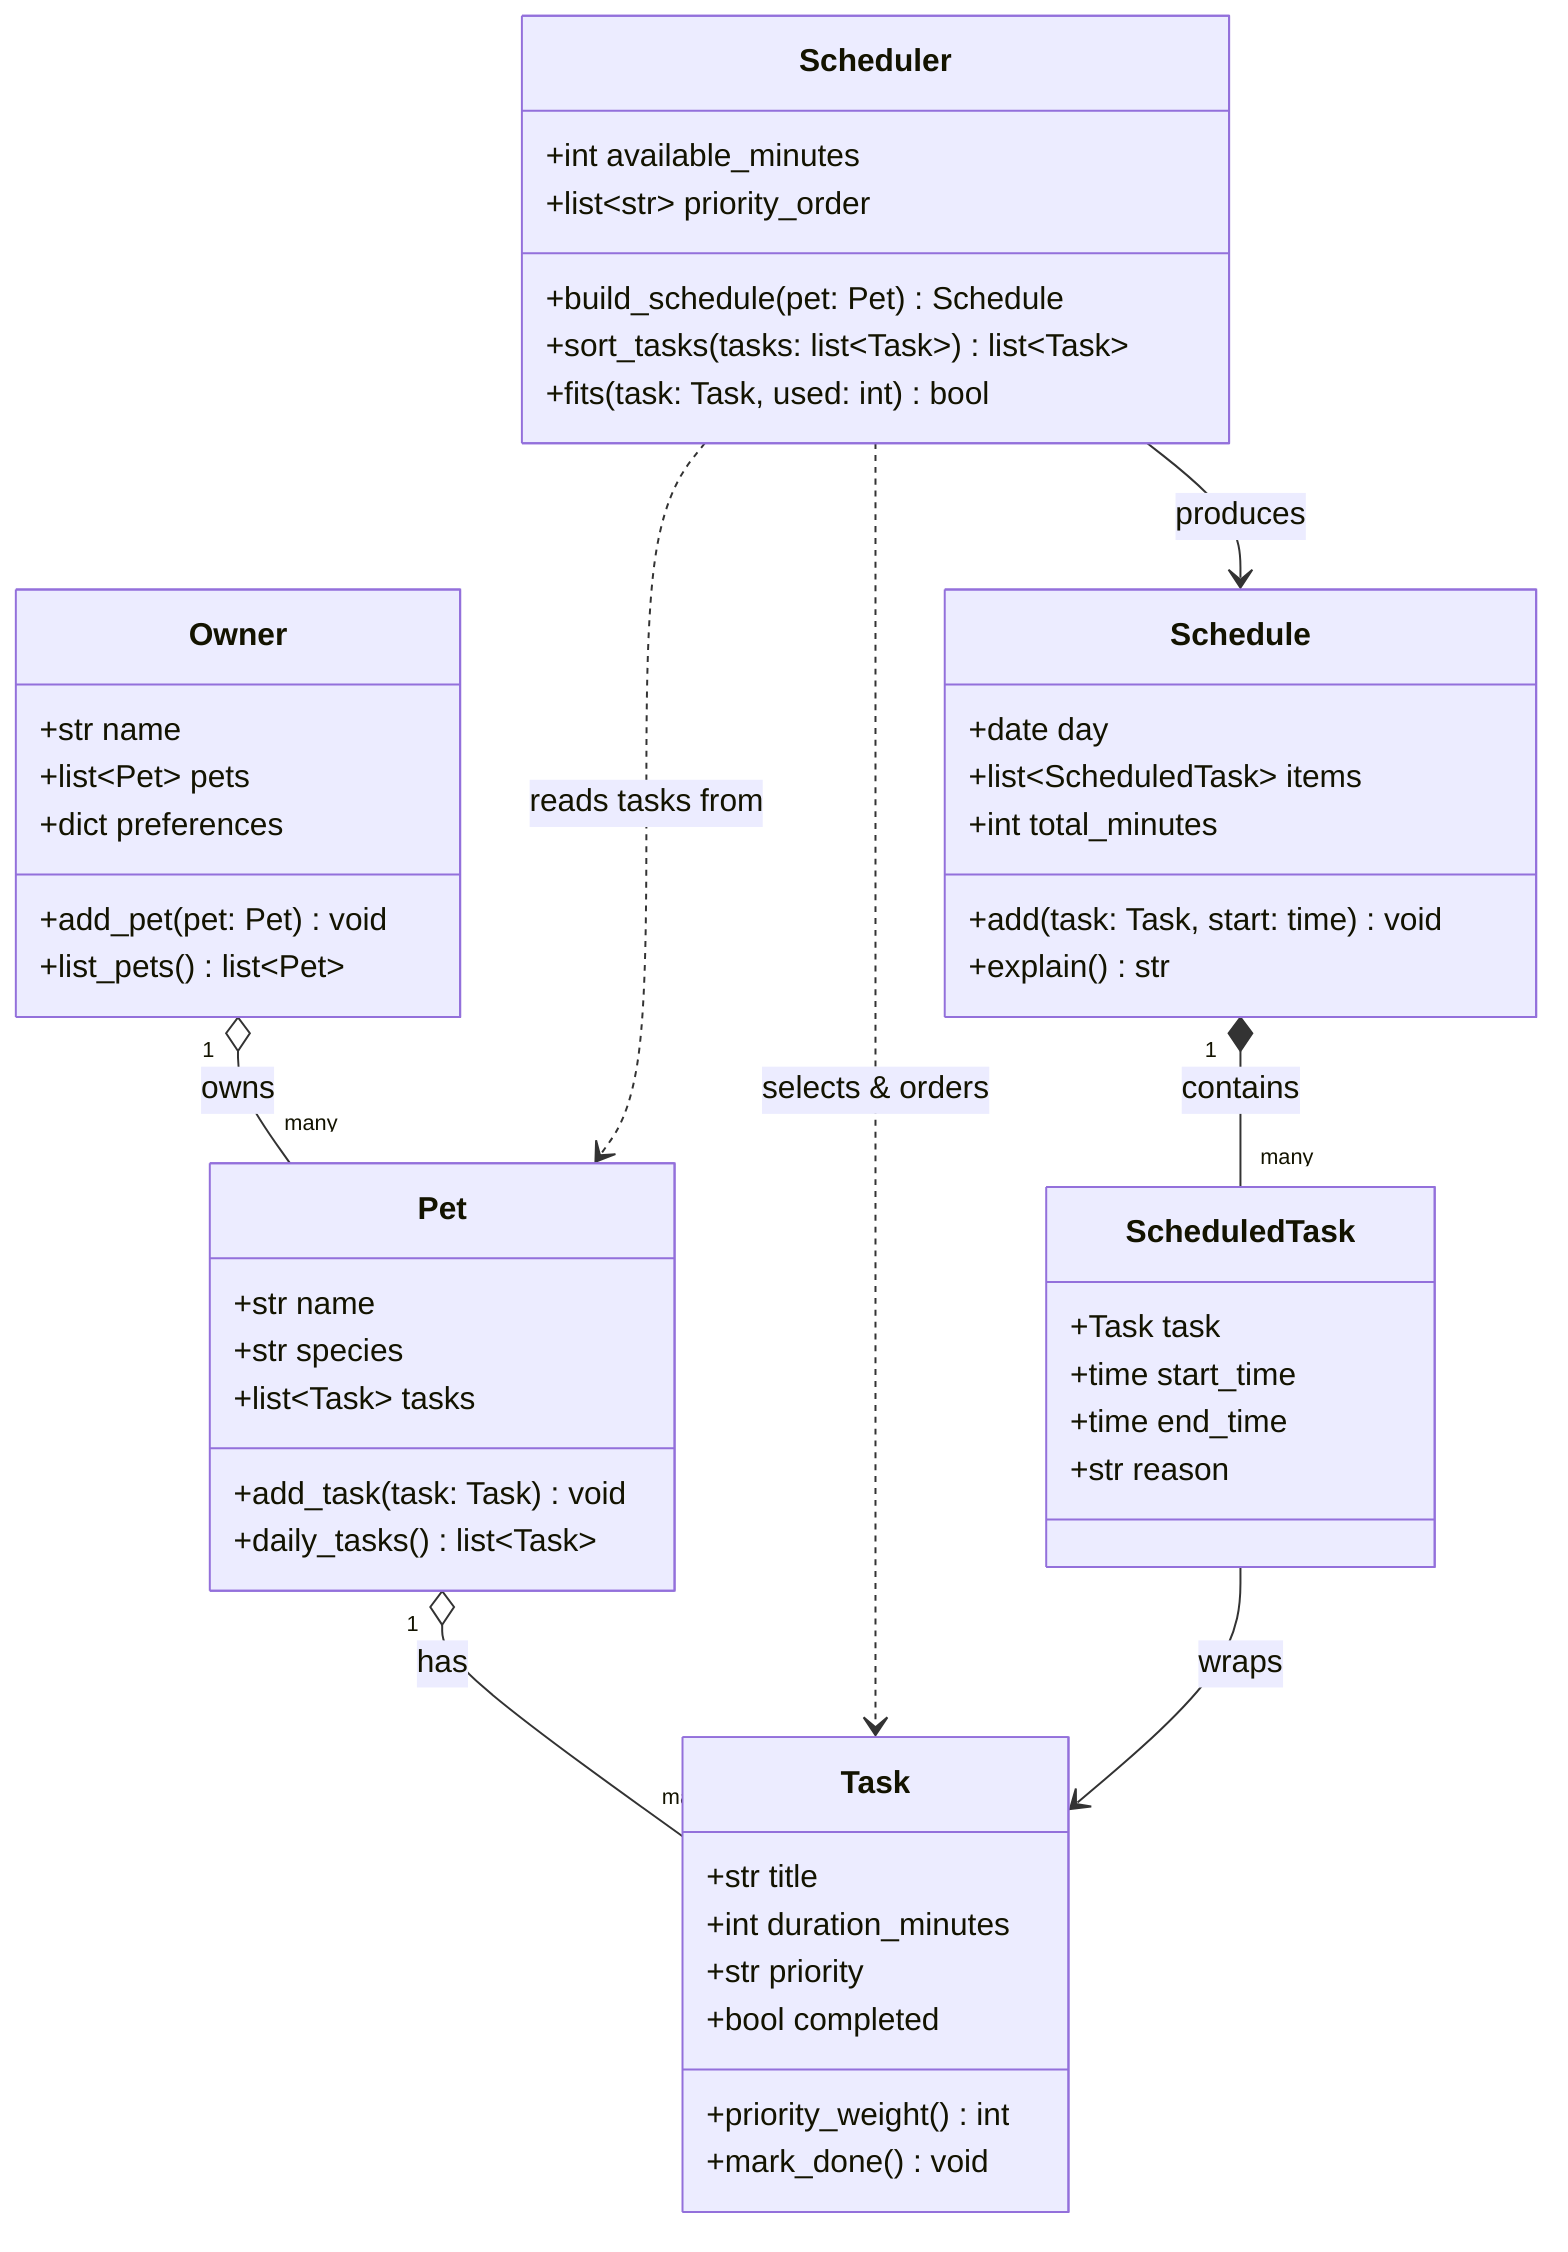
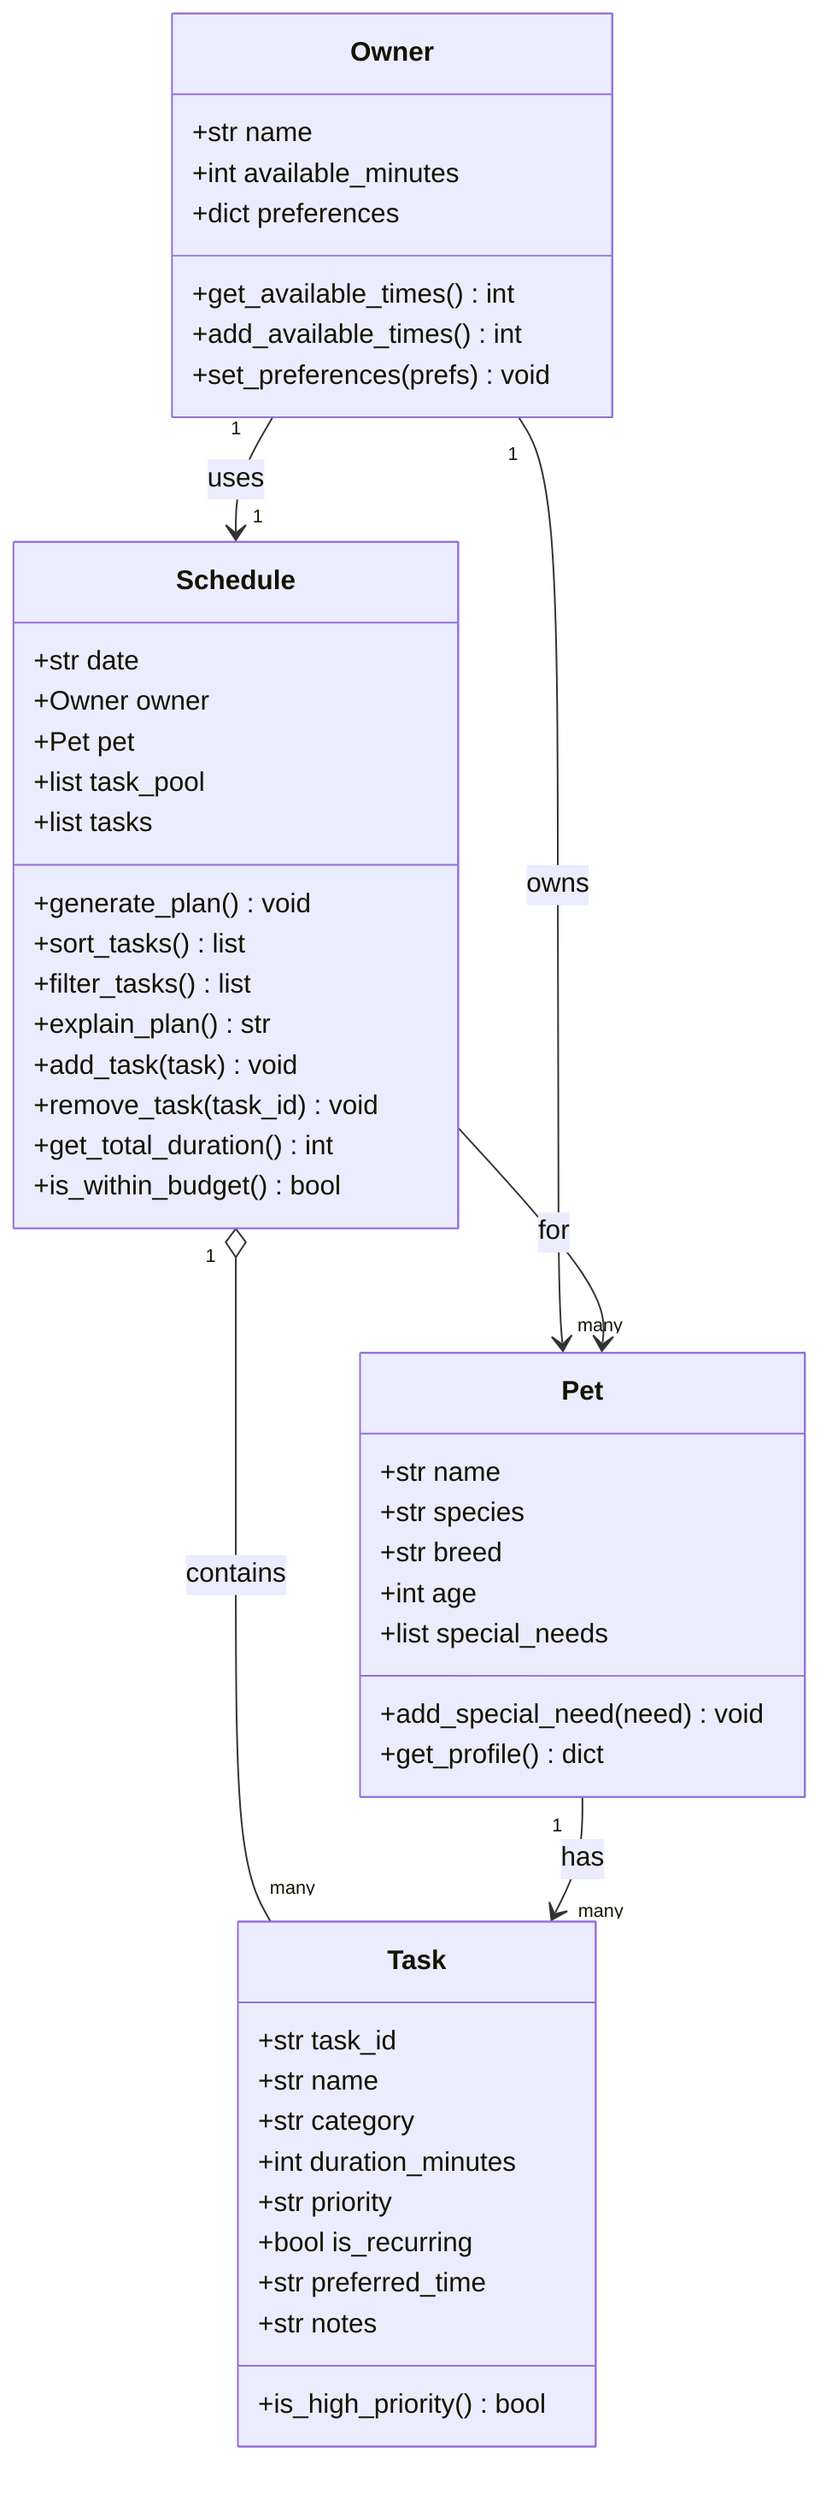
classDiagram
-     %% PawPal+ class diagram
-     %% A pet-care planning assistant: an Owner has Pets, each Pet has care Tasks,
-     %% and the Scheduler turns those Tasks into an ordered daily Schedule.
- 
    class Owner {
        +str name
-         +list~Pet~ pets
+         +int available_minutes
        +dict preferences
-         +add_pet(pet: Pet) void
-         +list_pets() list~Pet~
+         +get_available_times() int
+         +add_available_times() int
+         +set_preferences(prefs) void
    }

    class Pet {
        +str name
        +str species
-         +list~Task~ tasks
-         +add_task(task: Task) void
-         +daily_tasks() list~Task~
+         +str breed
+         +int age
+         +list special_needs
+         +add_special_need(need) void
+         +get_profile() dict
    }

    class Task {
-         +str title
+         +str task_id
+         +str name
+         +str category
        +int duration_minutes
        +str priority
-         +bool completed
-         +priority_weight() int
-         +mark_done() void
+         +bool is_recurring
+         +str preferred_time
+         +str notes
+         +is_high_priority() bool
    }

-     class Schedule {
-         +date day
-         +list~ScheduledTask~ items
-         +int total_minutes
-         +add(task: Task, start: time) void
-         +explain() str
+ class Schedule {
+         +str date
+         +Owner owner
+         +Pet pet
+         +list task_pool
+         +list tasks
+         +generate_plan() void
+         +sort_tasks() list
+         +filter_tasks() list
+         +explain_plan() str
+         +add_task(task) void
+         +remove_task(task_id) void
+         +get_total_duration() int
+         +is_within_budget() bool
    }

-     class ScheduledTask {
-         +Task task
-         +time start_time
-         +time end_time
-         +str reason
-     }
- 
-     class Scheduler {
-         +int available_minutes
-         +list~str~ priority_order
-         +build_schedule(pet: Pet) Schedule
-         +sort_tasks(tasks: list~Task~) list~Task~
-         +fits(task: Task, used: int) bool
-     }
- 
-     Owner "1" o-- "many" Pet : owns
-     Pet "1" o-- "many" Task : has
-     Scheduler ..> Pet : reads tasks from
-     Scheduler ..> Task : selects & orders
-     Scheduler --> Schedule : produces
-     Schedule "1" *-- "many" ScheduledTask : contains
-     ScheduledTask --> Task : wraps
+     Owner "1" --> "many" Pet : owns
+     Owner "1" --> "1" Schedule : uses
+     Schedule "1" o-- "many" Task : contains
+     Schedule --> Pet : for
+     Pet "1" --> "many" Task : has